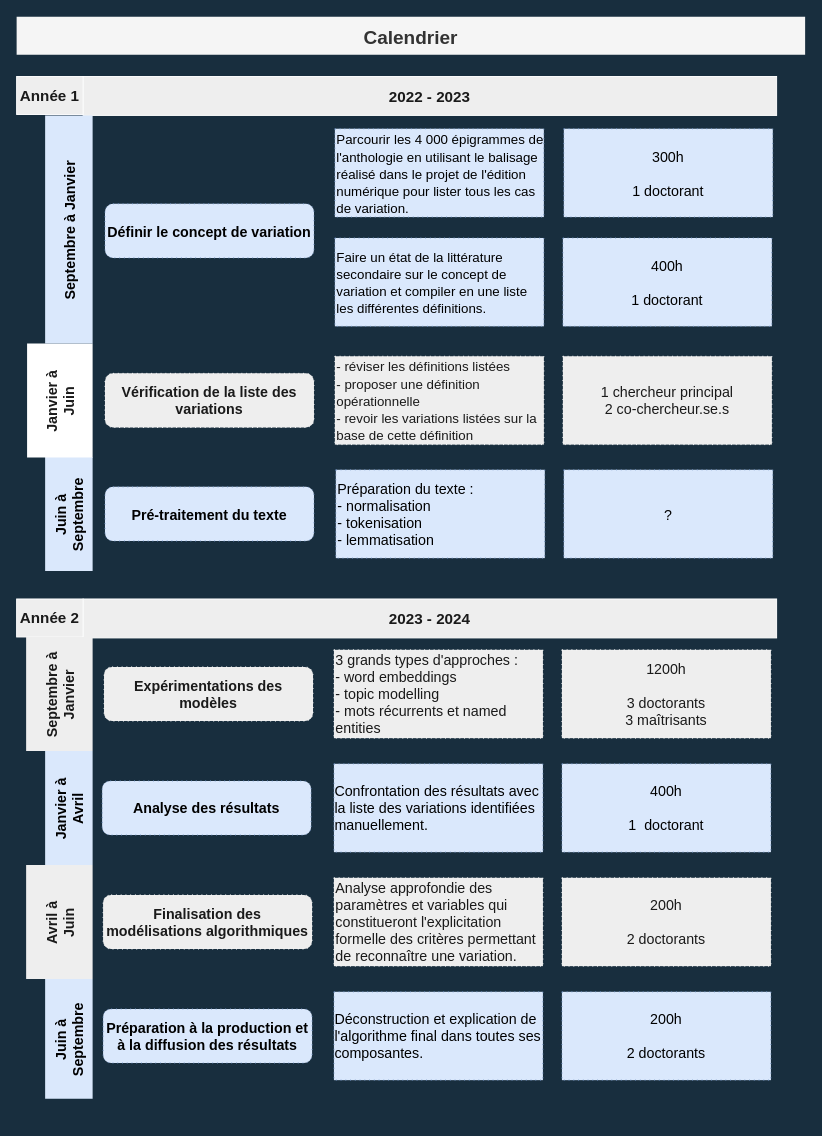
RochDLY/drawAAP keeps this draw.io diagram as page "Page-1" (1 of 2) of test Diagram.drawio. Above is the earlier version. Source tidied: cells renumbered, new cells numbered last; positions are measured from the earlier drawing's top-left corner, leaving out a move shared by most shapes. Both pictures are drawn from the tidied source at 95%, with x=0, y=0 at pixel (16, 16).
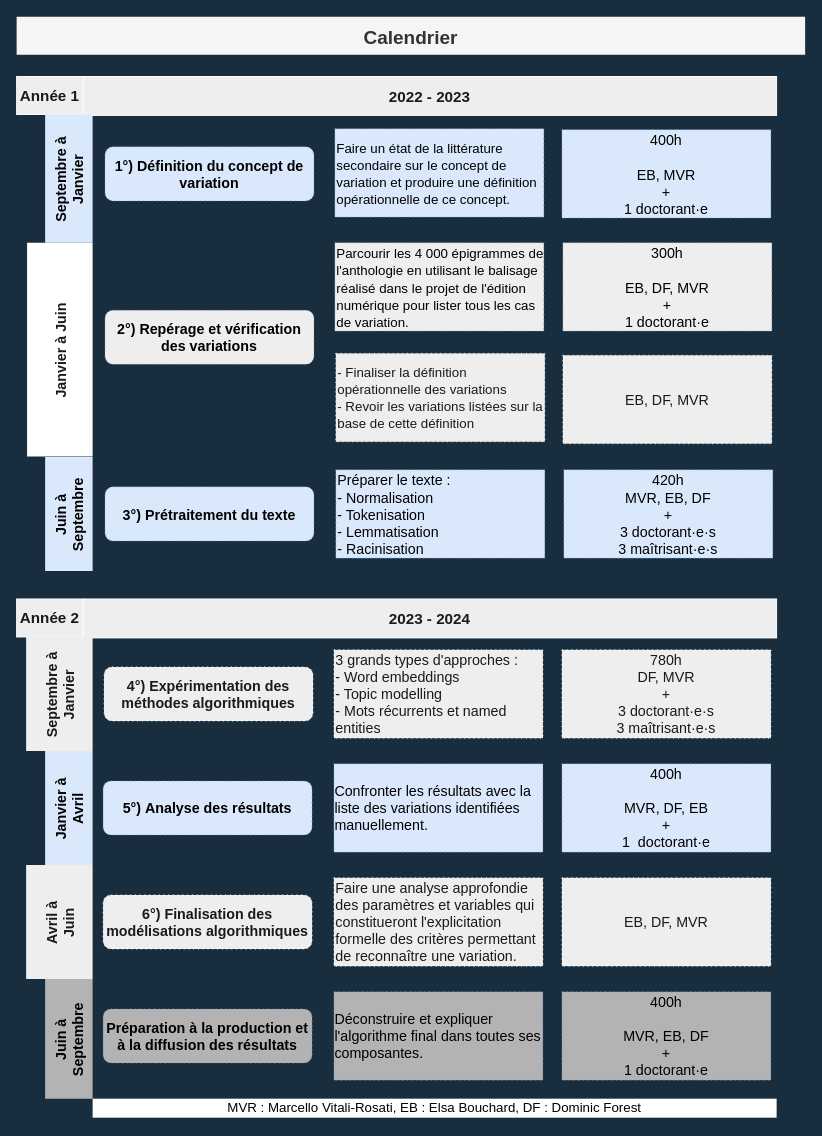
The same page after the edit.

The change refers to these unchanged cells:
```xml
<mxCell id="2" value="Calendrier" style="swimlane;startSize=40;fillColor=#f5f5f5;strokeColor=none;fontSize=20;strokeWidth=0;fontColor=#333333;" parent="1" vertex="1">
  <mxGeometry width="830" height="1139" as="geometry" />
</mxCell>
<mxCell id="7" value="Juin à&#10;Septembre" style="swimlane;horizontal=0;startSize=50;fontSize=15;strokeWidth=1;strokeColor=none;fillColor=#dae8fc;" parent="2" vertex="1">
  <mxGeometry x="30" y="463.5" width="770" height="120" as="geometry" />
</mxCell>
<mxCell id="12" value="Janvier à&#10;Avril" style="swimlane;horizontal=0;startSize=50;fontSize=15;strokeWidth=1;strokeColor=none;fillColor=#dae8fc;" parent="2" vertex="1">
  <mxGeometry x="30" y="773" width="770" height="120" as="geometry" />
</mxCell>
<mxCell id="27" value="Septembre à&#10;Janvier" style="swimlane;horizontal=0;startSize=70;fontSize=15;strokeWidth=1;strokeColor=none;fontColor=#1A1A1A;fillColor=#EEEEEE;" parent="1" vertex="1">
  <mxGeometry x="10" y="653" width="790" height="120" as="geometry" />
</mxCell>
<mxCell id="32" value="Avril à&#10;Juin" style="swimlane;horizontal=0;startSize=70;fontSize=15;strokeWidth=1;strokeColor=none;fontColor=#1A1A1A;fillColor=#EEEEEE;" parent="1" vertex="1">
  <mxGeometry x="10" y="893" width="790" height="120" as="geometry" />
</mxCell>
```

Diff of the diagram source:
```diff
@@
-    <mxCell id="9" value="&lt;div align=&quot;left&quot;&gt;Préparation du texte :&lt;/div&gt;&lt;div align=&quot;left&quot;&gt;- normalisation&lt;/div&gt;&lt;div align=&quot;left&quot;&gt;- tokenisation&lt;/div&gt;&lt;div align=&quot;left&quot;&gt;- lemmatisation&lt;br&gt;&lt;/div&gt;" style="rounded=0;whiteSpace=wrap;html=1;dashed=1;fontSize=15;fillColor=#dae8fc;strokeColor=#6c8ebf;dashPattern=1 4;align=left;" parent="7" vertex="1">
+    <mxCell id="9" value="&lt;div align=&quot;left&quot;&gt;Préparer le texte :&lt;/div&gt;&lt;div align=&quot;left&quot;&gt;- Normalisation&lt;/div&gt;&lt;div align=&quot;left&quot;&gt;- Tokenisation&lt;/div&gt;&lt;div align=&quot;left&quot;&gt;- Lemmatisation&lt;br&gt;&lt;/div&gt;&lt;div&gt;- Racinisation&lt;br&gt;&lt;/div&gt;" style="rounded=0;whiteSpace=wrap;html=1;dashed=1;fontSize=15;fillColor=#dae8fc;strokeColor=#6c8ebf;dashPattern=1 4;align=left;" parent="7" vertex="1">
       <mxGeometry x="306" y="13.5" width="220" height="93" as="geometry" />
     </mxCell>
-    <mxCell id="10" value="?" style="rounded=0;whiteSpace=wrap;html=1;dashed=1;fontSize=15;fillColor=#dae8fc;strokeColor=#6c8ebf;dashPattern=1 4;align=center;" parent="7" vertex="1">
+    <mxCell id="10" value="&lt;div&gt;420h&lt;/div&gt;&lt;div&gt;MVR, EB, DF&lt;/div&gt;&lt;div&gt;+&lt;br&gt;&lt;/div&gt;&lt;div&gt;3 doctorant·e·s&lt;/div&gt;&lt;div&gt;3 maîtrisant·e·s&lt;br&gt;&lt;/div&gt;" style="rounded=0;whiteSpace=wrap;html=1;dashed=1;fontSize=15;fillColor=#dae8fc;strokeColor=#6c8ebf;dashPattern=1 4;align=center;" parent="7" vertex="1">
       <mxGeometry x="546" y="13.5" width="220" height="93" as="geometry" />
     </mxCell>
-    <mxCell id="11" value="&lt;b&gt;Pré-traitement du texte&lt;/b&gt;" style="rounded=1;whiteSpace=wrap;html=1;dashed=1;fontSize=15;fillColor=#dae8fc;strokeColor=#6c8ebf;dashPattern=1 4;align=center;" parent="7" vertex="1">
+    <mxCell id="11" value="&lt;b&gt;3°)&lt;/b&gt; &lt;b&gt;Prétraitement du texte&lt;/b&gt;" style="rounded=1;whiteSpace=wrap;html=1;dashed=1;fontSize=15;fillColor=#dae8fc;strokeColor=#6c8ebf;dashPattern=1 4;align=center;" parent="7" vertex="1">
       <mxGeometry x="63" y="31.5" width="220" height="57" as="geometry" />
     </mxCell>
@@
-    <mxCell id="14" value="&lt;div align=&quot;left&quot;&gt;Confrontation des résultats avec la liste des variations identifiées manuellement.&lt;br&gt;&lt;/div&gt;" style="rounded=0;whiteSpace=wrap;html=1;dashed=1;fontSize=15;fillColor=#dae8fc;strokeColor=#6c8ebf;dashPattern=1 4;align=center;" parent="12" vertex="1">
+    <mxCell id="14" value="&lt;div align=&quot;left&quot;&gt;Confronter les résultats avec la liste des variations identifiées manuellement.&lt;br&gt;&lt;/div&gt;" style="rounded=0;whiteSpace=wrap;html=1;dashed=1;fontSize=15;fillColor=#dae8fc;strokeColor=#6c8ebf;dashPattern=1 4;align=center;" parent="12" vertex="1">
       <mxGeometry x="304" y="13.5" width="220" height="93" as="geometry" />
     </mxCell>
-    <mxCell id="15" value="&lt;div&gt;400h&lt;/div&gt;&lt;div&gt;&lt;br&gt;&lt;/div&gt;&lt;div&gt;1&amp;nbsp; doctorant&lt;br&gt;&lt;/div&gt;" style="rounded=0;whiteSpace=wrap;html=1;dashed=1;fontSize=15;fillColor=#dae8fc;strokeColor=#6c8ebf;dashPattern=1 4;align=center;" parent="12" vertex="1">
+    <mxCell id="15" value="&lt;div&gt;400h&lt;/div&gt;&lt;div&gt;&lt;br&gt;&lt;/div&gt;&lt;div&gt;MVR, DF, EB&lt;/div&gt;&lt;div&gt;+&lt;br&gt;&lt;/div&gt;&lt;div&gt;1&amp;nbsp; doctorant·e&lt;br&gt;&lt;/div&gt;" style="rounded=0;whiteSpace=wrap;html=1;dashed=1;fontSize=15;fillColor=#dae8fc;strokeColor=#6c8ebf;dashPattern=1 4;align=center;" parent="12" vertex="1">
       <mxGeometry x="544" y="13.5" width="220" height="93" as="geometry" />
     </mxCell>
-    <mxCell id="16" value="&lt;b&gt;Analyse des résultats&lt;/b&gt;" style="rounded=1;whiteSpace=wrap;html=1;dashed=1;fontSize=15;fillColor=#dae8fc;strokeColor=#6c8ebf;dashPattern=1 4;align=center;" parent="12" vertex="1">
-      <mxGeometry x="60" y="31.5" width="220" height="57" as="geometry" />
+    <mxCell id="16" value="&lt;b&gt;5°)&lt;/b&gt; &lt;b&gt;Analyse des résultats&lt;/b&gt;" style="rounded=1;whiteSpace=wrap;html=1;dashed=1;fontSize=15;fillColor=#dae8fc;strokeColor=#6c8ebf;dashPattern=1 4;align=center;" parent="12" vertex="1">
+      <mxGeometry x="61" y="31.5" width="220" height="57" as="geometry" />
     </mxCell>
-    <mxCell id="17" value="Juin à&#10;Septembre" style="swimlane;horizontal=0;startSize=50;fontSize=15;strokeWidth=1;strokeColor=none;fillColor=#dae8fc;" parent="2" vertex="1">
+    <mxCell id="17" value="Juin à&#10;Septembre" style="swimlane;horizontal=0;startSize=50;fontSize=15;strokeWidth=1;strokeColor=none;fillColor=#B3B3B3;" parent="2" vertex="1">
       <mxGeometry x="30" y="1013" width="770" height="126" as="geometry" />
     </mxCell>
@@
-    <mxCell id="19" value="&lt;div align=&quot;left&quot;&gt;Déconstruction et explication de l'algorithme final dans toutes ses composantes.&lt;br&gt;&lt;/div&gt;" style="rounded=0;whiteSpace=wrap;html=1;dashed=1;fontSize=15;fillColor=#dae8fc;strokeColor=#6c8ebf;dashPattern=1 4;align=center;" parent="17" vertex="1">
+    <mxCell id="19" value="&lt;div align=&quot;left&quot;&gt;Déconstruire et expliquer l'algorithme final dans toutes ses composantes.&lt;br&gt;&lt;/div&gt;" style="rounded=0;whiteSpace=wrap;html=1;dashed=1;fontSize=15;fillColor=#B3B3B3;strokeColor=#6c8ebf;dashPattern=1 4;align=center;" parent="17" vertex="1">
       <mxGeometry x="304" y="13.5" width="220" height="93" as="geometry" />
     </mxCell>
-    <mxCell id="20" value="200h&lt;div&gt;&lt;br&gt;&lt;/div&gt;&lt;div&gt;2 doctorants&lt;br&gt;&lt;/div&gt;" style="rounded=0;whiteSpace=wrap;html=1;dashed=1;fontSize=15;fillColor=#dae8fc;strokeColor=#6c8ebf;dashPattern=1 4;align=center;" parent="17" vertex="1">
+    <mxCell id="20" value="&lt;div&gt;400h&lt;/div&gt;&lt;div&gt;&lt;br&gt;&lt;/div&gt;&lt;div&gt;MVR, EB, DF&lt;/div&gt;&lt;div&gt;+&lt;br&gt;&lt;/div&gt;&lt;div&gt;1 doctorant·e&lt;br&gt;&lt;/div&gt;" style="rounded=0;whiteSpace=wrap;html=1;dashed=1;fontSize=15;fillColor=#B3B3B3;strokeColor=#6c8ebf;dashPattern=1 4;align=center;" parent="17" vertex="1">
       <mxGeometry x="544" y="13.5" width="220" height="93" as="geometry" />
     </mxCell>
-    <mxCell id="21" value="&lt;b&gt;Préparation à la production et à la diffusion des résultats&lt;/b&gt;" style="rounded=1;whiteSpace=wrap;html=1;dashed=1;fontSize=15;fillColor=#dae8fc;strokeColor=#6c8ebf;dashPattern=1 4;align=center;" parent="17" vertex="1">
+    <mxCell id="21" value="&lt;b&gt;Préparation à la production et à la diffusion des résultats&lt;/b&gt;" style="rounded=1;whiteSpace=wrap;html=1;dashed=1;fontSize=15;fillColor=#B3B3B3;strokeColor=#6c8ebf;dashPattern=1 4;align=center;" parent="17" vertex="1">
       <mxGeometry x="61" y="31.5" width="220" height="57" as="geometry" />
     </mxCell>
-    <mxCell id="22" value="Janvier à &#10;Juin" style="swimlane;horizontal=0;startSize=69;fontSize=15;strokeWidth=1;strokeColor=none;fontColor=#1A1A1A;fillColor=#FFFFFF;" parent="1" vertex="1">
-      <mxGeometry x="11" y="344" width="789" height="120" as="geometry" />
+    <mxCell id="22" value="Janvier à Juin" style="swimlane;horizontal=0;startSize=69;fontSize=15;strokeWidth=1;strokeColor=none;fontColor=#1A1A1A;fillColor=#FFFFFF;" parent="1" vertex="1">
+      <mxGeometry x="11" y="238" width="789" height="225" as="geometry" />
     </mxCell>
@@
-    <mxCell id="24" value="&lt;div align=&quot;left&quot;&gt;&lt;font style=&quot;font-size: 14px&quot;&gt;- réviser les définitions listées&lt;/font&gt;&lt;br&gt;&lt;font style=&quot;font-size: 14px&quot;&gt;- proposer une définition opérationnelle &lt;/font&gt;&lt;br&gt;&lt;font style=&quot;font-size: 14px&quot;&gt;- revoir les variations listées sur la base de cette définition&lt;/font&gt;&lt;/div&gt;" style="rounded=0;whiteSpace=wrap;html=1;dashed=1;fontSize=15;fillColor=#EEEEEE;strokeColor=#FFFFFF;dashPattern=1 4;align=left;fontColor=#1A1A1A;" parent="22" vertex="1">
-      <mxGeometry x="324" y="13.5" width="220" height="93" as="geometry" />
+    <mxCell id="24" value="&lt;div align=&quot;left&quot;&gt;&lt;font style=&quot;font-size: 14px&quot;&gt;- Finaliser la définition opérationnelle des variations&lt;/font&gt;&lt;br&gt;&lt;font style=&quot;font-size: 14px&quot;&gt;- Revoir les variations listées sur la base de cette définition&lt;/font&gt;&lt;/div&gt;" style="rounded=0;whiteSpace=wrap;html=1;dashed=1;fontSize=15;fillColor=#EEEEEE;strokeColor=#FFFFFF;dashPattern=1 4;align=left;fontColor=#1A1A1A;" parent="22" vertex="1">
+      <mxGeometry x="325" y="116.5" width="220" height="93" as="geometry" />
     </mxCell>
-    <mxCell id="25" value="&lt;div&gt;1 chercheur principal&lt;/div&gt;&lt;div&gt;2 co-chercheur.se.s&lt;br&gt;&lt;/div&gt;" style="rounded=0;whiteSpace=wrap;html=1;dashed=1;fontSize=15;fillColor=#EEEEEE;strokeColor=#FFFFFF;dashPattern=1 4;align=center;fontColor=#1A1A1A;" parent="22" vertex="1">
-      <mxGeometry x="564" y="13.5" width="220" height="93" as="geometry" />
+    <mxCell id="25" value="EB, DF, MVR" style="rounded=0;whiteSpace=wrap;html=1;dashed=1;fontSize=15;fillColor=#EEEEEE;strokeColor=#FFFFFF;dashPattern=1 4;align=center;fontColor=#1A1A1A;" parent="22" vertex="1">
+      <mxGeometry x="564" y="118.5" width="220" height="93" as="geometry" />
     </mxCell>
-    <mxCell id="26" value="&lt;b&gt;Vérification de la liste des variations&lt;/b&gt;" style="rounded=1;whiteSpace=wrap;html=1;dashed=1;fontSize=15;fillColor=#EEEEEE;strokeColor=#FFFFFF;dashPattern=1 4;align=center;fontColor=#1A1A1A;" parent="22" vertex="1">
-      <mxGeometry x="82" y="31.5" width="220" height="57" as="geometry" />
-    </mxCell>
+    <mxCell id="43" value="300h&lt;div&gt;&lt;br&gt;&lt;/div&gt;&lt;div&gt;&lt;div&gt;EB, DF, MVR&lt;/div&gt;&lt;div&gt;+&lt;br&gt;&lt;/div&gt;1 doctorant·e&lt;/div&gt;" style="rounded=0;whiteSpace=wrap;html=1;dashed=1;fontSize=15;fillColor=#EEEEEE;strokeColor=#6c8ebf;dashPattern=1 4;align=center;" parent="22" vertex="1">
+      <mxGeometry x="564" width="220" height="93" as="geometry" />
+    </mxCell>
@@
-    <mxCell id="29" value="&lt;div align=&quot;left&quot;&gt;3 grands types d'approches :&lt;br&gt;- word embeddings&lt;br&gt;- topic modelling&lt;br&gt;- mots récurrents et named entities&lt;/div&gt;" style="rounded=0;whiteSpace=wrap;html=1;dashed=1;fontSize=15;fillColor=#EEEEEE;strokeColor=#FFFFFF;dashPattern=1 4;align=left;fontColor=#1A1A1A;" parent="27" vertex="1">
+    <mxCell id="29" value="&lt;div align=&quot;left&quot;&gt;3 grands types d'approches :&lt;br&gt;- Word embeddings&lt;br&gt;- Topic modelling&lt;br&gt;- Mots récurrents et named entities&lt;/div&gt;" style="rounded=0;whiteSpace=wrap;html=1;dashed=1;fontSize=15;fillColor=#EEEEEE;strokeColor=#FFFFFF;dashPattern=1 4;align=left;fontColor=#1A1A1A;" parent="27" vertex="1">
       <mxGeometry x="324" y="13.5" width="220" height="93" as="geometry" />
     </mxCell>
-    <mxCell id="30" value="&lt;div&gt;1200h&lt;br&gt;&lt;/div&gt;&lt;div&gt;&lt;br&gt;&lt;/div&gt;&lt;div&gt;3 doctorants&lt;/div&gt;&lt;div&gt;3 maîtrisants&lt;br&gt;&lt;/div&gt;" style="rounded=0;whiteSpace=wrap;html=1;dashed=1;fontSize=15;fillColor=#EEEEEE;strokeColor=#FFFFFF;dashPattern=1 4;align=center;fontColor=#1A1A1A;" parent="27" vertex="1">
+    <mxCell id="30" value="&lt;div&gt;780h&lt;br&gt;&lt;/div&gt;&lt;div&gt;DF, MVR&lt;/div&gt;&lt;div&gt;+&lt;br&gt;&lt;/div&gt;&lt;div&gt;3 doctorant·e·s&lt;/div&gt;&lt;div&gt;3 maîtrisant·e·s&lt;br&gt;&lt;/div&gt;" style="rounded=0;whiteSpace=wrap;html=1;dashed=1;fontSize=15;fillColor=#EEEEEE;strokeColor=#FFFFFF;dashPattern=1 4;align=center;fontColor=#1A1A1A;" parent="27" vertex="1">
       <mxGeometry x="564" y="13.5" width="220" height="93" as="geometry" />
     </mxCell>
-    <mxCell id="31" value="&lt;b&gt;Expérimentations des modèles&lt;/b&gt;" style="rounded=1;whiteSpace=wrap;html=1;dashed=1;fontSize=15;fillColor=#EEEEEE;strokeColor=#FFFFFF;dashPattern=1 4;align=center;fontColor=#1A1A1A;" parent="27" vertex="1">
+    <mxCell id="31" value="&lt;b&gt;4°)&lt;/b&gt; &lt;b&gt;Expérimentation des méthodes algorithmiques&lt;br&gt;&lt;/b&gt;" style="rounded=1;whiteSpace=wrap;html=1;dashed=1;fontSize=15;fillColor=#EEEEEE;strokeColor=#FFFFFF;dashPattern=1 4;align=center;fontColor=#1A1A1A;" parent="27" vertex="1">
       <mxGeometry x="82" y="31.5" width="220" height="57" as="geometry" />
     </mxCell>
@@
-    <mxCell id="34" value="&lt;div align=&quot;left&quot;&gt;Analyse approfondie des paramètres et variables qui constitueront l'explicitation formelle des critères permettant de reconnaître une variation.&lt;/div&gt;" style="rounded=0;whiteSpace=wrap;html=1;dashed=1;fontSize=15;fillColor=#EEEEEE;strokeColor=#FFFFFF;dashPattern=1 4;align=left;fontColor=#1A1A1A;" parent="32" vertex="1">
+    <mxCell id="34" value="Faire une analyse approfondie des paramètres et variables qui constitueront l'explicitation formelle des critères permettant de reconnaître une variation." style="rounded=0;whiteSpace=wrap;html=1;dashed=1;fontSize=15;fillColor=#EEEEEE;strokeColor=#FFFFFF;dashPattern=1 4;align=left;fontColor=#1A1A1A;" parent="32" vertex="1">
       <mxGeometry x="324" y="13.5" width="220" height="93" as="geometry" />
     </mxCell>
-    <mxCell id="35" value="&lt;div&gt;200h&lt;/div&gt;&lt;div&gt;&lt;br&gt;&lt;/div&gt;&lt;div&gt;2 doctorants&lt;br&gt;&lt;/div&gt;" style="rounded=0;whiteSpace=wrap;html=1;dashed=1;fontSize=15;fillColor=#EEEEEE;strokeColor=#FFFFFF;dashPattern=1 4;align=center;fontColor=#1A1A1A;" parent="32" vertex="1">
+    <mxCell id="35" value="EB, DF, MVR" style="rounded=0;whiteSpace=wrap;html=1;dashed=1;fontSize=15;fillColor=#EEEEEE;strokeColor=#FFFFFF;dashPattern=1 4;align=center;fontColor=#1A1A1A;" parent="32" vertex="1">
       <mxGeometry x="564" y="13.5" width="220" height="93" as="geometry" />
     </mxCell>
-    <mxCell id="36" value="&lt;b&gt;Finalisation des modélisations algorithmiques&lt;/b&gt;" style="rounded=1;whiteSpace=wrap;html=1;dashed=1;fontSize=15;fillColor=#EEEEEE;strokeColor=#FFFFFF;dashPattern=1 4;align=center;fontColor=#1A1A1A;" parent="32" vertex="1">
+    <mxCell id="36" value="&lt;b&gt;6°)&lt;/b&gt; &lt;b&gt;Finalisation des modélisations algorithmiques&lt;/b&gt;" style="rounded=1;whiteSpace=wrap;html=1;dashed=1;fontSize=15;fillColor=#EEEEEE;strokeColor=#FFFFFF;dashPattern=1 4;align=center;fontColor=#1A1A1A;" parent="32" vertex="1">
       <mxGeometry x="81" y="31.5" width="220" height="57" as="geometry" />
     </mxCell>
-    <mxCell id="37" value="Septembre à Janvier" style="swimlane;horizontal=0;startSize=50;fontSize=15;strokeWidth=1;strokeColor=none;fillColor=#dae8fc;" parent="1" vertex="1">
-      <mxGeometry x="30" y="104" width="770" height="240" as="geometry" />
+    <mxCell id="37" value="Septembre à&#10;Janvier" style="swimlane;horizontal=0;startSize=50;fontSize=15;strokeWidth=1;strokeColor=none;fillColor=#dae8fc;" parent="1" vertex="1">
+      <mxGeometry x="30" y="103" width="770" height="135" as="geometry" />
     </mxCell>
@@
-    <mxCell id="39" value="&lt;p&gt;&lt;b&gt;Définir le concept de variation&lt;/b&gt;&lt;/p&gt;" style="rounded=1;whiteSpace=wrap;html=1;dashed=1;fontSize=15;fillColor=#dae8fc;strokeColor=#6c8ebf;dashPattern=1 4;align=center;" parent="37" vertex="1">
-      <mxGeometry x="63" y="93" width="220" height="57" as="geometry" />
+    <mxCell id="39" value="&lt;b&gt;1°) Définition du concept de variation&lt;/b&gt;" style="rounded=1;whiteSpace=wrap;html=1;dashed=1;fontSize=15;fillColor=#dae8fc;strokeColor=#6c8ebf;dashPattern=1 4;align=center;" parent="37" vertex="1">
+      <mxGeometry x="63" y="34" width="220" height="57" as="geometry" />
     </mxCell>
-    <mxCell id="40" value="&lt;div align=&quot;left&quot;&gt;&lt;font style=&quot;font-size: 14px&quot;&gt;Parcourir les 4 000 épigrammes de l'anthologie en utilisant le balisage réalisé dans le projet de l'édition numérique pour lister tous les cas de variation.&lt;/font&gt;&lt;/div&gt;" style="rounded=0;whiteSpace=wrap;html=1;dashed=1;fontSize=15;fillColor=#dae8fc;strokeColor=#6c8ebf;dashPattern=1 4;align=left;sketch=0;shadow=0;" parent="37" vertex="1">
-      <mxGeometry x="305" y="14" width="220" height="93" as="geometry" />
-    </mxCell>
-    <mxCell id="41" value="&lt;div&gt;300h&lt;/div&gt;&lt;div&gt;&lt;br&gt;&lt;/div&gt;&lt;div&gt;1 doctorant&lt;br&gt;&lt;/div&gt;" style="rounded=0;whiteSpace=wrap;html=1;dashed=1;fontSize=15;fillColor=#dae8fc;strokeColor=#6c8ebf;dashPattern=1 4;align=center;" parent="37" vertex="1">
-      <mxGeometry x="546" y="14" width="220" height="93" as="geometry" />
+    <mxCell id="41" value="&lt;div&gt;400h&lt;/div&gt;&lt;div&gt;&lt;br&gt;&lt;/div&gt;&lt;div&gt;EB, MVR&lt;/div&gt;&lt;div&gt;+&lt;br&gt;&lt;/div&gt;&lt;div&gt;1 doctorant·e&lt;br&gt;&lt;/div&gt;" style="rounded=0;whiteSpace=wrap;html=1;dashed=1;fontSize=15;fillColor=#dae8fc;strokeColor=#6c8ebf;dashPattern=1 4;align=center;" parent="37" vertex="1">
+      <mxGeometry x="544" y="16" width="220" height="93" as="geometry" />
     </mxCell>
-    <mxCell id="42" value="&lt;div align=&quot;left&quot;&gt;&lt;font style=&quot;font-size: 14px&quot;&gt;Faire un état de la littérature secondaire sur le concept de variation et compiler en une liste les différentes définitions.&lt;/font&gt;&lt;/div&gt;" style="rounded=0;whiteSpace=wrap;html=1;dashed=1;fontSize=15;fillColor=#dae8fc;strokeColor=#6c8ebf;dashPattern=1 4;align=left;" parent="37" vertex="1">
-      <mxGeometry x="305" y="129" width="220" height="93" as="geometry" />
+    <mxCell id="42" value="&lt;div align=&quot;left&quot;&gt;&lt;font style=&quot;font-size: 14px&quot;&gt;Faire un état de la littérature secondaire sur le concept de variation et produire une définition opérationnelle de ce concept.&lt;/font&gt;&lt;/div&gt;" style="rounded=0;whiteSpace=wrap;html=1;dashed=1;fontSize=15;fillColor=#dae8fc;strokeColor=#6c8ebf;dashPattern=1 4;align=left;" parent="37" vertex="1">
+      <mxGeometry x="305" y="15" width="220" height="93" as="geometry" />
     </mxCell>
-    <mxCell id="43" value="&lt;div&gt;400h&lt;/div&gt;&lt;div&gt;&lt;br&gt;&lt;/div&gt;&lt;div&gt;1 doctorant&lt;br&gt;&lt;/div&gt;" style="rounded=0;whiteSpace=wrap;html=1;dashed=1;fontSize=15;fillColor=#dae8fc;strokeColor=#6c8ebf;dashPattern=1 4;align=center;" parent="37" vertex="1">
-      <mxGeometry x="545" y="129" width="220" height="93" as="geometry" />
-    </mxCell>
+    <mxCell id="44" value="&lt;b&gt;2°)&lt;/b&gt; &lt;b&gt;Repérage et vérification des variations&lt;/b&gt;" style="rounded=1;whiteSpace=wrap;html=1;dashed=1;fontSize=15;fillColor=#EEEEEE;strokeColor=#6c8ebf;dashPattern=1 4;align=center;" parent="37" vertex="1">
+      <mxGeometry x="63" y="206" width="220" height="57" as="geometry" />
+    </mxCell>
+    <mxCell id="40" value="&lt;div align=&quot;left&quot;&gt;&lt;font style=&quot;font-size: 14px&quot;&gt;Parcourir les 4 000 épigrammes de l'anthologie en utilisant le balisage réalisé dans le projet de l'édition numérique pour lister tous les cas de variation.&lt;/font&gt;&lt;/div&gt;" style="rounded=0;whiteSpace=wrap;html=1;dashed=1;fontSize=15;fillColor=#EEEEEE;strokeColor=#6c8ebf;dashPattern=1 4;align=left;sketch=0;shadow=0;" parent="37" vertex="1">
+      <mxGeometry x="305" y="135" width="220" height="93" as="geometry" />
+    </mxCell>
+    <mxCell id="45" value="&lt;font style=&quot;font-size: 14px&quot;&gt;MVR : Marcello Vitali-Rosati, EB : Elsa Bouchard, DF : Dominic Forest&lt;/font&gt;" style="rounded=0;whiteSpace=wrap;html=1;strokeColor=none;" parent="1" vertex="1">
+      <mxGeometry x="80" y="1139" width="720" height="20" as="geometry" />
+    </mxCell>
```
